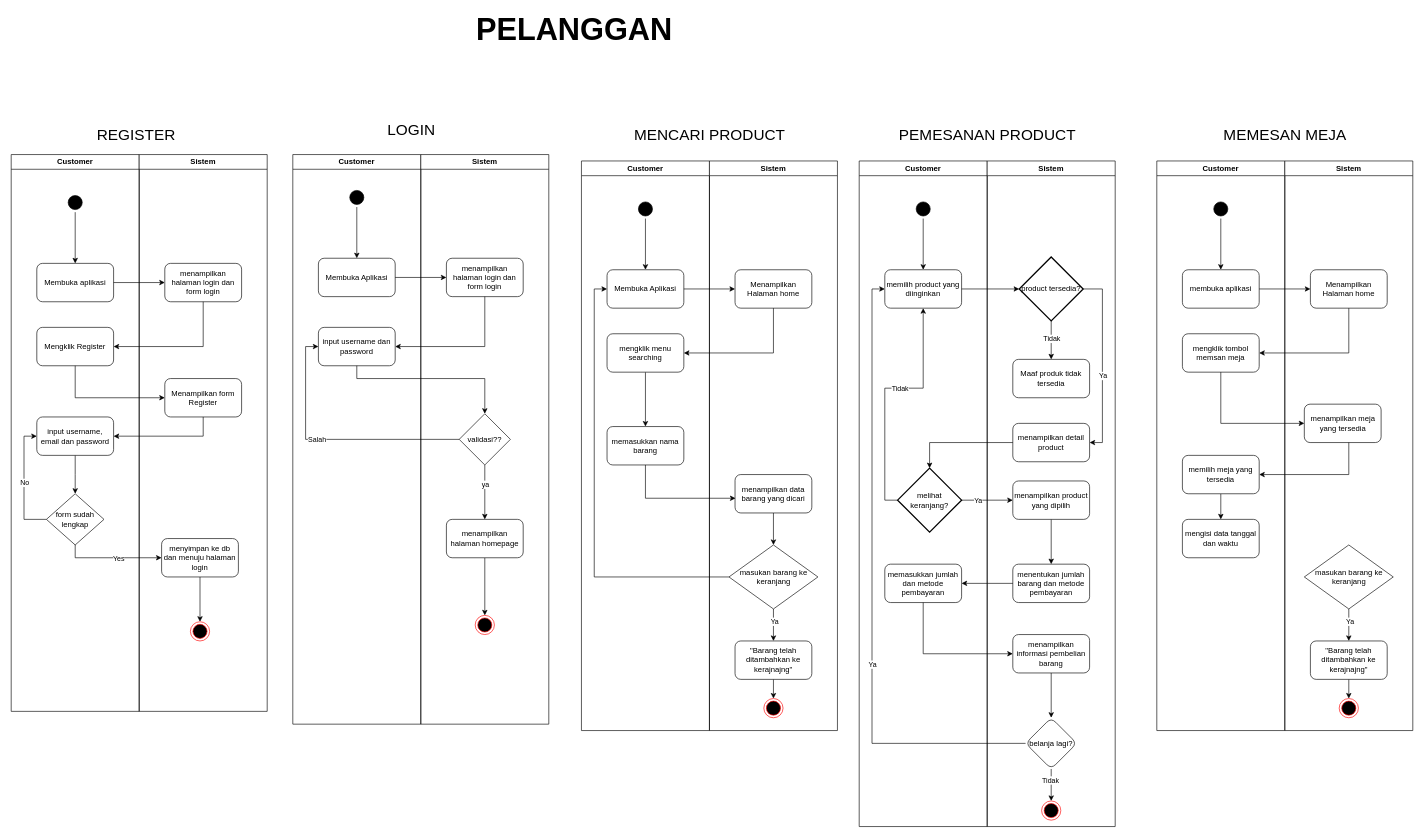
This is page "Halaman-7" (6 of 6) of Diagram Tanpa Judul.drawio from bayuxxx/pemrograman-web, a draw.io file, before an edit. Source tidied: cells renumbered, new cells numbered last; positions are measured from the earlier drawing's top-left corner, leaving out a move shared by most shapes. Both pictures are drawn from the tidied source at 64%, with x=0, y=0 at pixel (11, 20).
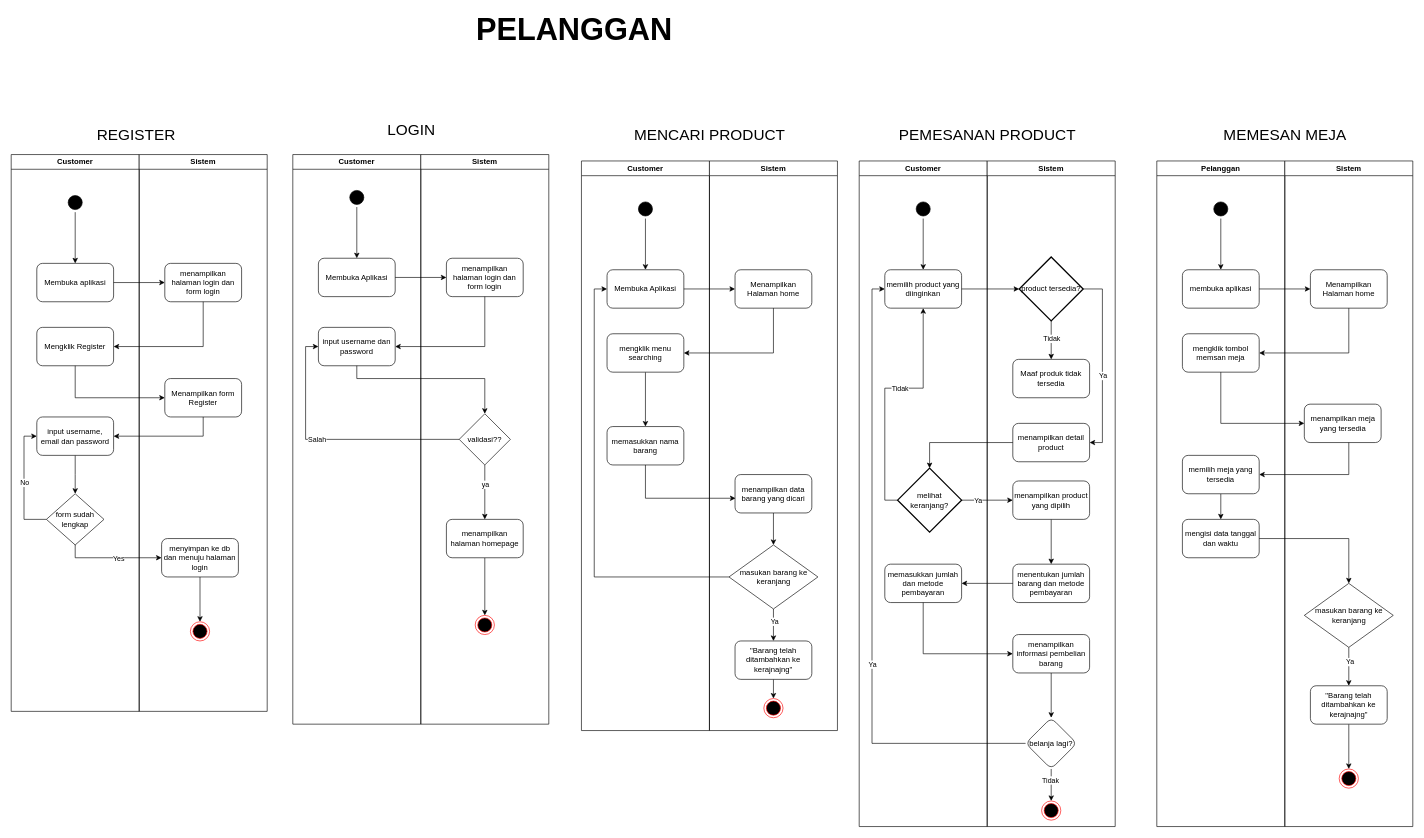
The same diagram, later.

Unchanged cells that the change refers to:
```xml
<mxCell id="108" value="mengisi data tanggal dan waktu" style="rounded=1;whiteSpace=wrap;html=1;" parent="101" vertex="1">
  <mxGeometry x="40" y="560" width="120" height="60" as="geometry" />
</mxCell>
```

Change to the diagram source:
```diff
@@
-    <mxCell id="101" value="Customer" style="swimlane;whiteSpace=wrap;html=1;" parent="1" vertex="1">
-      <mxGeometry x="1790" y="220" width="200" height="890" as="geometry" />
+    <mxCell id="101" value="Pelanggan" style="swimlane;whiteSpace=wrap;html=1;" parent="1" vertex="1">
+      <mxGeometry x="1790" y="220" width="200" height="1040" as="geometry" />
     </mxCell>
@@
     <mxCell id="109" value="Sistem" style="swimlane;whiteSpace=wrap;html=1;" parent="1" vertex="1">
-      <mxGeometry x="1990" y="220" width="200" height="890" as="geometry" />
+      <mxGeometry x="1990" y="220" width="200" height="1040" as="geometry" />
     </mxCell>
@@
     <mxCell id="111" style="ellipse;html=1;shape=endState;fillColor=#000000;strokeColor=#ff0000;" parent="109" vertex="1">
-      <mxGeometry x="85" y="840" width="30" height="30" as="geometry" />
+      <mxGeometry x="85" y="950" width="30" height="30" as="geometry" />
     </mxCell>
@@
     <mxCell id="113" value="&quot;Barang telah ditambahkan ke kerajnajng&quot;" style="rounded=1;whiteSpace=wrap;html=1;" parent="109" vertex="1">
-      <mxGeometry x="40" y="750" width="120" height="60" as="geometry" />
+      <mxGeometry x="40" y="820" width="120" height="60" as="geometry" />
     </mxCell>
@@
     <mxCell id="116" value="masukan barang ke keranjang" style="rhombus;whiteSpace=wrap;html=1;" parent="109" vertex="1">
-      <mxGeometry x="30.5" y="600" width="139" height="100" as="geometry" />
+      <mxGeometry x="30.5" y="660" width="139" height="100" as="geometry" />
     </mxCell>
@@
+    <mxCell id="123" style="edgeStyle=orthogonalEdgeStyle;rounded=0;jettySize=auto;html=1;entryX=0.5;entryY=0;entryDx=0;entryDy=0;" parent="1" edge="1" source="108" target="116">
+      <mxGeometry relative="1" as="geometry" />
+    </mxCell>
```
